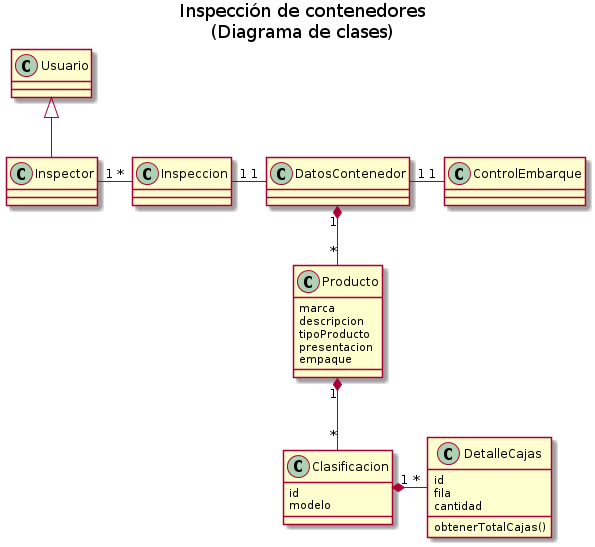
Above: uml/inspeccionContenedores/clases.png in carlosjulioperez/design (PlantUML), before the change.
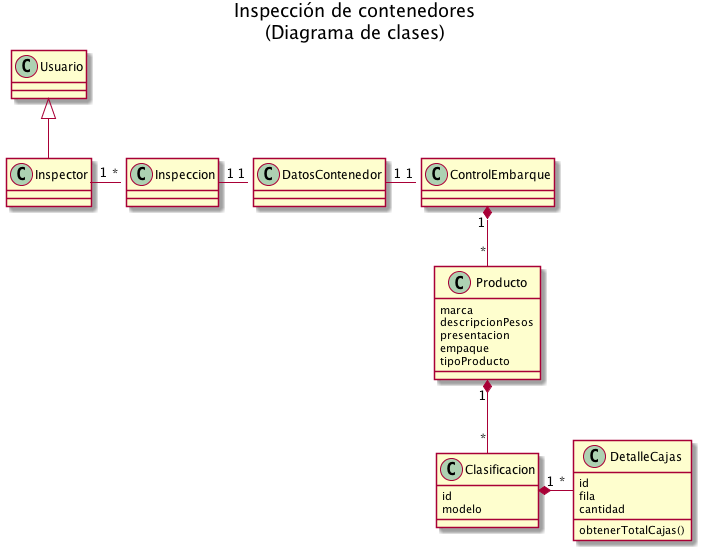
After the commit.

Change to the diagram source:
```diff
@@ -16,10 +16,10 @@
 
 	class Producto{
 		marca
-		descripcion
-		tipoProducto
+		descripcionPesos
 		presentacion
 		empaque
+		tipoProducto
 	}
 
 	class Clasificacion{
@@ -41,7 +41,7 @@
 
 	Inspector "1" -right- "*" Inspeccion
 	Inspeccion "1" -right- "1" DatosContenedor
-	DatosContenedor "1" *-down- "*" Producto
+	ControlEmbarque "1" *-down- "*" Producto
 	Producto "1" *-down- "*" Clasificacion
 	DatosContenedor "1" -right- "1" ControlEmbarque
 	Clasificacion "1" *-right- "*" DetalleCajas
```
